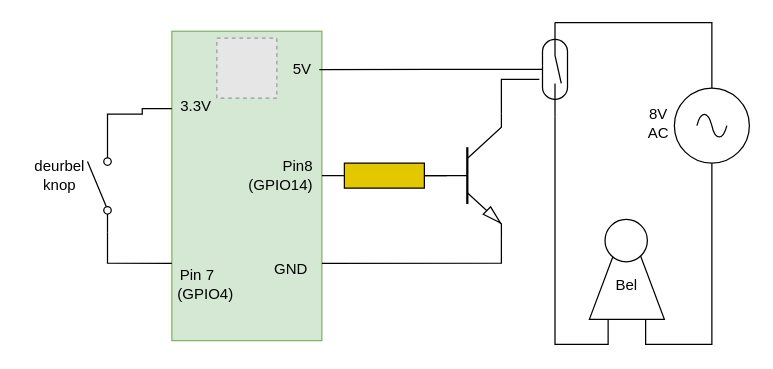
Above: resources/deurbel_el_layout.drawio in bobverschoor/deurbel (draw.io), before the change. Source tidied: cells renumbered, new cells numbered last; positions are measured from the earlier drawing's top-left corner, leaving out a move shared by most shapes. Both pictures are drawn from the tidied source at 125%, with x=0, y=0 at pixel (21, 22). Pictures stored in the file or linked from it are replaced by grey dashed boxes.
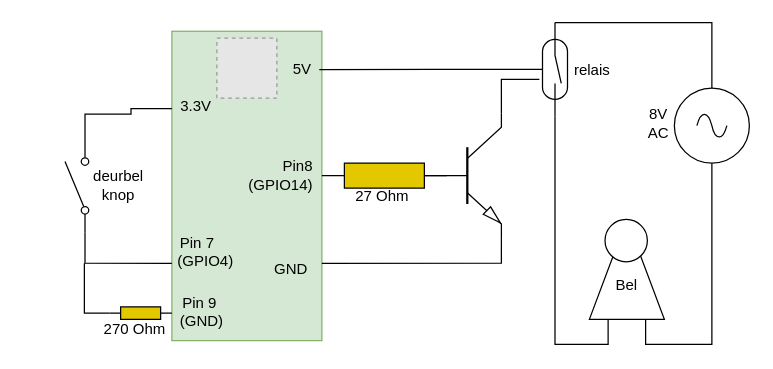
The same diagram, later.

The change refers to these unchanged cells:
```xml
<mxCell id="2" style="rounded=0;whiteSpace=wrap;html=1;fillColor=#d5e8d4;strokeColor=#82b366;" parent="1" vertex="1">
  <mxGeometry x="120" y="6.5" width="120" height="247.5" as="geometry" />
</mxCell>
```

The edit, as a diff of the source:
```diff
@@
     <mxCell id="3" style="html=1;shape=mxgraph.electrical.electro-mechanical.singleSwitch;elSwitchState=off;rotation=-90;" parent="1" vertex="1">
-      <mxGeometry x="25" y="120.2" width="75" height="20" as="geometry" />
+      <mxGeometry x="7" y="120.2" width="75" height="20" as="geometry" />
     </mxCell>
@@
     <mxCell id="8" style="edgeStyle=orthogonalEdgeStyle;rounded=0;jettySize=auto;html=1;exitX=0;exitY=0.8;exitDx=0;exitDy=0;entryX=0;entryY=0.75;entryDx=0;entryDy=0;endArrow=none;endFill=0;" parent="1" edge="1" source="3" target="2">
       <mxGeometry relative="1" as="geometry">
         <Array as="points">
-          <mxPoint x="69" y="192" />
+          <mxPoint x="50" y="192" />
         </Array>
       </mxGeometry>
     </mxCell>
     <mxCell id="9" value="deurbel&lt;br&gt;knop" style="text;html=1;align=center;verticalAlign=middle;strokeColor=none;fillColor=none;" parent="1" vertex="1">
-      <mxGeometry y="102" width="60" height="40" as="geometry" />
+      <mxGeometry x="47" y="110.2" width="60" height="40" as="geometry" />
     </mxCell>
@@
     <mxCell id="14" value="Pin 7&lt;br&gt;&amp;nbsp; &amp;nbsp; (GPIO4)" style="text;html=1;align=center;verticalAlign=middle;strokeColor=none;fillColor=none;" parent="1" vertex="1">
-      <mxGeometry x="100" y="188.9" width="80" height="40" as="geometry" />
+      <mxGeometry x="100" y="162.9" width="80" height="40" as="geometry" />
     </mxCell>
@@
+    <mxCell id="27" value="Pin 9&lt;br&gt;&amp;nbsp;(GND)" style="text;html=1;align=center;verticalAlign=middle;strokeColor=none;fillColor=none;" parent="1" vertex="1">
+      <mxGeometry x="112" y="210.9" width="60" height="40" as="geometry" />
+    </mxCell>
+    <mxCell id="28" style="edgeStyle=orthogonalEdgeStyle;rounded=0;jettySize=auto;html=1;endArrow=none;endFill=0;exitX=0;exitY=0.5;exitDx=0;exitDy=0;exitPerimeter=0;" parent="1" edge="1" source="29">
+      <mxGeometry relative="1" as="geometry">
+        <mxPoint x="50" y="192" as="targetPoint" />
+        <Array as="points">
+          <mxPoint x="50" y="232" />
+          <mxPoint x="50" y="192" />
+        </Array>
+      </mxGeometry>
+    </mxCell>
+    <mxCell id="29" style="verticalLabelPosition=bottom;shadow=0;dashed=0;align=center;html=1;verticalAlign=top;shape=mxgraph.electrical.resistors.resistor_1;fillColor=#e3c800;fontColor=#000000;strokeColor=#000000;" parent="1" vertex="1">
+      <mxGeometry x="70" y="227" width="50" height="10" as="geometry" />
+    </mxCell>
+    <mxCell id="30" value="270 Ohm" style="text;html=1;align=center;verticalAlign=middle;strokeColor=none;fillColor=none;" parent="1" vertex="1">
+      <mxGeometry x="55" y="230" width="70" height="30" as="geometry" />
+    </mxCell>
+    <mxCell id="31" value="relais" style="text;html=1;align=center;verticalAlign=middle;strokeColor=none;fillColor=none;" parent="1" vertex="1">
+      <mxGeometry x="431" y="23" width="50" height="30" as="geometry" />
+    </mxCell>
+    <mxCell id="32" value="27 Ohm" style="text;html=1;align=center;verticalAlign=middle;strokeColor=none;fillColor=none;" parent="1" vertex="1">
+      <mxGeometry x="253" y="124" width="70" height="30" as="geometry" />
+    </mxCell>
```
